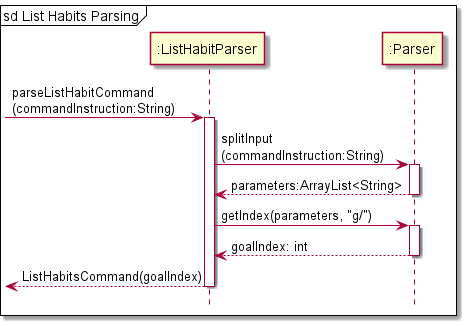
This is docs/Diagram_Images/Implementation_Diagram_Images/ListHabitsCommandParserSequenceDiagram.png from nus-cs2113-AY2122S1/tp, a PlantUML export, as it was before one commit.
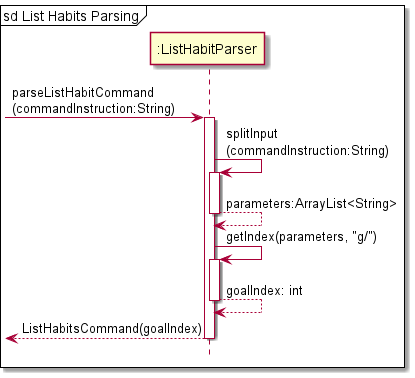
The same diagram one commit later.

The edit, as a diff of the source:
```diff
@@ -6,15 +6,15 @@
 -> ":ListHabitParser": parseListHabitCommand\n(commandInstruction:String)
 activate ":ListHabitParser"
 
-":ListHabitParser" -> ":Parser": splitInput\n(commandInstruction:String)
-activate ":Parser"
-":Parser" --> ":ListHabitParser": parameters:ArrayList<String>
-deactivate ":Parser"
+":ListHabitParser" -> ":ListHabitParser": splitInput\n(commandInstruction:String)
+activate ":ListHabitParser"
+":ListHabitParser" --> ":ListHabitParser": parameters:ArrayList<String>
+deactivate ":ListHabitParser"
 
-":ListHabitParser" -> ":Parser": getIndex(parameters, "g/")
-activate ":Parser"
-":Parser" --> ":ListHabitParser": goalIndex: int
-deactivate ":Parser"
+":ListHabitParser" -> ":ListHabitParser": getIndex(parameters, "g/")
+activate ":ListHabitParser"
+":ListHabitParser" --> ":ListHabitParser": goalIndex: int
+deactivate ":ListHabitParser"
 
 <-- ":ListHabitParser": ListHabitsCommand(goalIndex)
 deactivate ":ListHabitParser"
```
